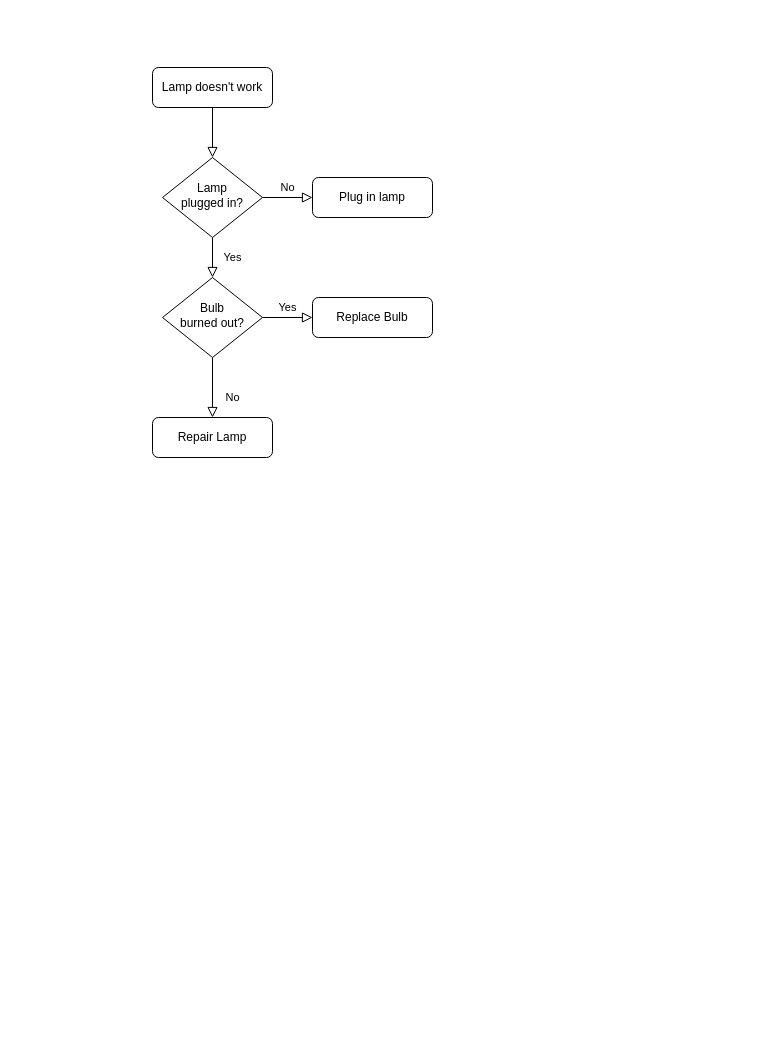
The draw.io diagram .drawio-chrome/codepush流程图.drawio in yyht800/SiGuoYa, before the edit. Source tidied: cells renumbered, new cells numbered last; positions are measured from the earlier drawing's top-left corner, leaving out a move shared by most shapes. Both pictures are drawn from the tidied source at 100%, with x=0, y=0 at pixel (152, 67).
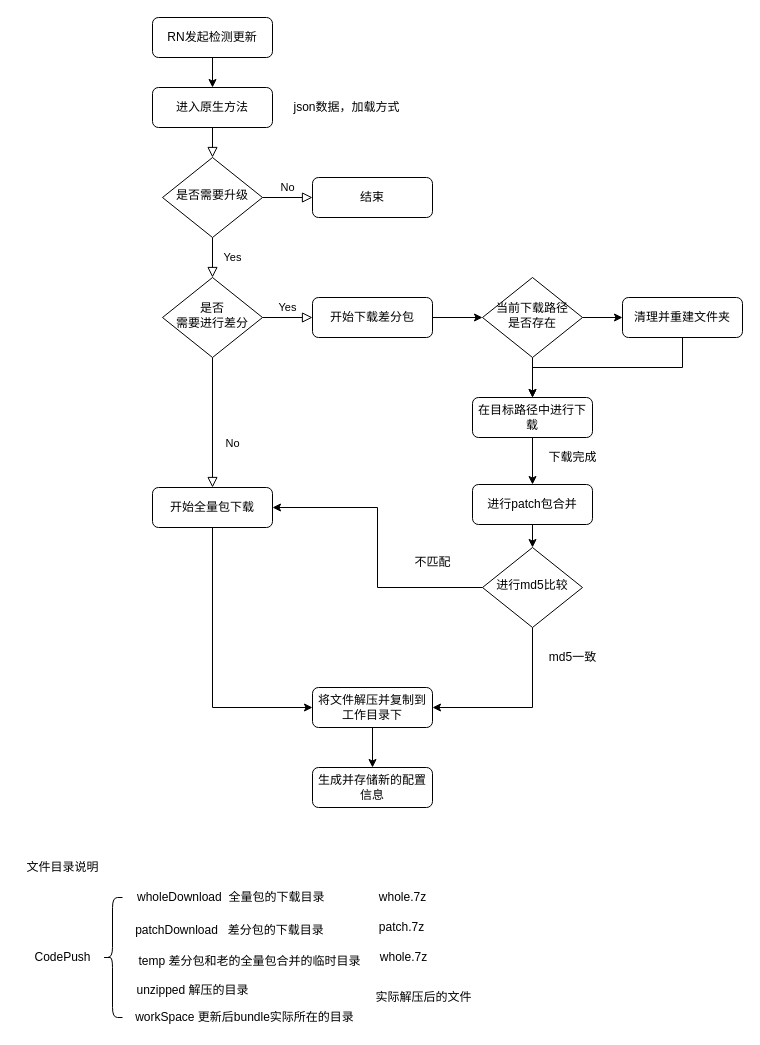
Above is the later version.

Commit message:
更新codepush流程图.drawio

Change to the diagram source:
```diff
@@
-    <mxCell id="3" value="Lamp doesn't work" style="rounded=1;whiteSpace=wrap;html=1;fontSize=12;glass=0;strokeWidth=1;shadow=0;" parent="1" vertex="1">
-      <mxGeometry width="120" height="40" as="geometry" />
+    <mxCell id="3" value="进入原生方法" style="rounded=1;whiteSpace=wrap;html=1;fontSize=12;glass=0;strokeWidth=1;shadow=0;" parent="1" vertex="1">
+      <mxGeometry y="20" width="120" height="40" as="geometry" />
     </mxCell>
@@
-    <mxCell id="6" value="Lamp&lt;br&gt;plugged in?" style="rhombus;whiteSpace=wrap;html=1;shadow=0;fontFamily=Helvetica;fontSize=12;align=center;strokeWidth=1;spacing=6;spacingTop=-4;" parent="1" vertex="1">
+    <mxCell id="6" value="是否需要升级" style="rhombus;whiteSpace=wrap;html=1;shadow=0;fontFamily=Helvetica;fontSize=12;align=center;strokeWidth=1;spacing=6;spacingTop=-4;" parent="1" vertex="1">
       <mxGeometry x="10" y="90" width="100" height="80" as="geometry" />
     </mxCell>
-    <mxCell id="7" value="Plug in lamp" style="rounded=1;whiteSpace=wrap;html=1;fontSize=12;glass=0;strokeWidth=1;shadow=0;" parent="1" vertex="1">
+    <mxCell id="7" value="结束" style="rounded=1;whiteSpace=wrap;html=1;fontSize=12;glass=0;strokeWidth=1;shadow=0;" parent="1" vertex="1">
       <mxGeometry x="160" y="110" width="120" height="40" as="geometry" />
     </mxCell>
@@
-    <mxCell id="10" value="Bulb&lt;br&gt;burned out?" style="rhombus;whiteSpace=wrap;html=1;shadow=0;fontFamily=Helvetica;fontSize=12;align=center;strokeWidth=1;spacing=6;spacingTop=-4;" parent="1" vertex="1">
+    <mxCell id="10" value="是否&lt;br&gt;需要进行差分" style="rhombus;whiteSpace=wrap;html=1;shadow=0;fontFamily=Helvetica;fontSize=12;align=center;strokeWidth=1;spacing=6;spacingTop=-4;" parent="1" vertex="1">
       <mxGeometry x="10" y="210" width="100" height="80" as="geometry" />
     </mxCell>
+    <mxCell id="13" style="edgeStyle=orthogonalEdgeStyle;rounded=0;jettySize=auto;html=1;exitX=0.5;exitY=1;exitDx=0;exitDy=0;entryX=0;entryY=0.5;entryDx=0;entryDy=0;" parent="1" edge="1" source="11" target="33">
+      <mxGeometry relative="1" as="geometry" />
+    </mxCell>
-    <mxCell id="11" value="Repair Lamp" style="rounded=1;whiteSpace=wrap;html=1;fontSize=12;glass=0;strokeWidth=1;shadow=0;" parent="1" vertex="1">
-      <mxGeometry y="350" width="120" height="40" as="geometry" />
+    <mxCell id="11" value="开始全量包下载" style="rounded=1;whiteSpace=wrap;html=1;fontSize=12;glass=0;strokeWidth=1;shadow=0;" parent="1" vertex="1">
+      <mxGeometry y="420" width="120" height="40" as="geometry" />
     </mxCell>
+    <mxCell id="14" style="edgeStyle=orthogonalEdgeStyle;rounded=0;jettySize=auto;html=1;exitX=1;exitY=0.5;exitDx=0;exitDy=0;entryX=0;entryY=0.5;entryDx=0;entryDy=0;" parent="1" edge="1" source="12" target="26">
+      <mxGeometry relative="1" as="geometry" />
+    </mxCell>
-    <mxCell id="12" value="Replace Bulb" style="rounded=1;whiteSpace=wrap;html=1;fontSize=12;glass=0;strokeWidth=1;shadow=0;" parent="1" vertex="1">
+    <mxCell id="12" value="开始下载差分包" style="rounded=1;whiteSpace=wrap;html=1;fontSize=12;glass=0;strokeWidth=1;shadow=0;" parent="1" vertex="1">
       <mxGeometry x="160" y="230" width="120" height="40" as="geometry" />
     </mxCell>
+    <mxCell id="15" style="edgeStyle=orthogonalEdgeStyle;rounded=0;jettySize=auto;html=1;exitX=0.5;exitY=1;exitDx=0;exitDy=0;entryX=0.5;entryY=0;entryDx=0;entryDy=0;" parent="1" edge="1" source="16" target="3">
+      <mxGeometry relative="1" as="geometry" />
+    </mxCell>
+    <mxCell id="16" value="RN发起检测更新" style="rounded=1;whiteSpace=wrap;html=1;fontSize=12;glass=0;strokeWidth=1;shadow=0;" parent="1" vertex="1">
+      <mxGeometry y="-50" width="120" height="40" as="geometry" />
+    </mxCell>
+    <mxCell id="17" value="json数据，加载方式" style="text;html=1;align=center;verticalAlign=middle;strokeColor=none;fillColor=none;" parent="1" vertex="1">
+      <mxGeometry x="134" y="30" width="120" height="20" as="geometry" />
+    </mxCell>
+    <mxCell id="18" style="edgeStyle=orthogonalEdgeStyle;rounded=0;jettySize=auto;html=1;exitX=0.5;exitY=1;exitDx=0;exitDy=0;" parent="1" edge="1" source="19" target="23">
+      <mxGeometry relative="1" as="geometry" />
+    </mxCell>
+    <mxCell id="19" value="清理并重建文件夹" style="rounded=1;whiteSpace=wrap;html=1;fontSize=12;glass=0;strokeWidth=1;shadow=0;" parent="1" vertex="1">
+      <mxGeometry x="470" y="230" width="120" height="40" as="geometry" />
+    </mxCell>
+    <mxCell id="20" style="edgeStyle=orthogonalEdgeStyle;rounded=0;jettySize=auto;html=1;" parent="1" edge="1" source="21" target="30">
+      <mxGeometry relative="1" as="geometry" />
+    </mxCell>
+    <mxCell id="21" value="进行patch包合并" style="rounded=1;whiteSpace=wrap;html=1;fontSize=12;glass=0;strokeWidth=1;shadow=0;" parent="1" vertex="1">
+      <mxGeometry x="320" y="417" width="120" height="40" as="geometry" />
+    </mxCell>
+    <mxCell id="22" style="edgeStyle=orthogonalEdgeStyle;rounded=0;jettySize=auto;html=1;exitX=0.5;exitY=1;exitDx=0;exitDy=0;entryX=0.5;entryY=0;entryDx=0;entryDy=0;" parent="1" edge="1" source="23" target="21">
+      <mxGeometry relative="1" as="geometry" />
+    </mxCell>
+    <mxCell id="23" value="在目标路径中进行下载" style="rounded=1;whiteSpace=wrap;html=1;fontSize=12;glass=0;strokeWidth=1;shadow=0;" parent="1" vertex="1">
+      <mxGeometry x="320" y="330" width="120" height="40" as="geometry" />
+    </mxCell>
+    <mxCell id="24" style="edgeStyle=orthogonalEdgeStyle;rounded=0;jettySize=auto;html=1;exitX=1;exitY=0.5;exitDx=0;exitDy=0;entryX=0;entryY=0.5;entryDx=0;entryDy=0;" parent="1" edge="1" source="26" target="19">
+      <mxGeometry relative="1" as="geometry" />
+    </mxCell>
+    <mxCell id="25" style="edgeStyle=orthogonalEdgeStyle;rounded=0;jettySize=auto;html=1;exitX=0.5;exitY=1;exitDx=0;exitDy=0;" parent="1" edge="1" source="26" target="23">
+      <mxGeometry relative="1" as="geometry" />
+    </mxCell>
+    <mxCell id="26" value="当前下载路径&lt;br&gt;是否存在" style="rhombus;whiteSpace=wrap;html=1;shadow=0;fontFamily=Helvetica;fontSize=12;align=center;strokeWidth=1;spacing=6;spacingTop=-4;" parent="1" vertex="1">
+      <mxGeometry x="330" y="210" width="100" height="80" as="geometry" />
+    </mxCell>
+    <mxCell id="27" value="下载完成" style="text;html=1;align=center;verticalAlign=middle;strokeColor=none;fillColor=none;" parent="1" vertex="1">
+      <mxGeometry x="390" y="380" width="60" height="20" as="geometry" />
+    </mxCell>
+    <mxCell id="28" style="edgeStyle=orthogonalEdgeStyle;rounded=0;jettySize=auto;html=1;exitX=0;exitY=0.5;exitDx=0;exitDy=0;entryX=1;entryY=0.5;entryDx=0;entryDy=0;" parent="1" edge="1" source="30" target="11">
+      <mxGeometry relative="1" as="geometry" />
+    </mxCell>
+    <mxCell id="29" style="edgeStyle=orthogonalEdgeStyle;rounded=0;jettySize=auto;html=1;exitX=0.5;exitY=1;exitDx=0;exitDy=0;entryX=1;entryY=0.5;entryDx=0;entryDy=0;" parent="1" edge="1" source="30" target="33">
+      <mxGeometry relative="1" as="geometry" />
+    </mxCell>
+    <mxCell id="30" value="进行md5比较" style="rhombus;whiteSpace=wrap;html=1;shadow=0;fontFamily=Helvetica;fontSize=12;align=center;strokeWidth=1;spacing=6;spacingTop=-4;" parent="1" vertex="1">
+      <mxGeometry x="330" y="480" width="100" height="80" as="geometry" />
+    </mxCell>
+    <mxCell id="31" value="不匹配" style="text;html=1;align=center;verticalAlign=middle;strokeColor=none;fillColor=none;" parent="1" vertex="1">
+      <mxGeometry x="255" y="485" width="50" height="20" as="geometry" />
+    </mxCell>
+    <mxCell id="32" style="edgeStyle=orthogonalEdgeStyle;rounded=0;jettySize=auto;html=1;exitX=0.5;exitY=1;exitDx=0;exitDy=0;entryX=0.5;entryY=0;entryDx=0;entryDy=0;" parent="1" edge="1" source="33" target="35">
+      <mxGeometry relative="1" as="geometry" />
+    </mxCell>
+    <mxCell id="33" value="将文件解压并复制到&lt;br&gt;工作目录下" style="rounded=1;whiteSpace=wrap;html=1;fontSize=12;glass=0;strokeWidth=1;shadow=0;" parent="1" vertex="1">
+      <mxGeometry x="160" y="620" width="120" height="40" as="geometry" />
+    </mxCell>
+    <mxCell id="34" value="md5一致" style="text;html=1;align=center;verticalAlign=middle;strokeColor=none;fillColor=none;" parent="1" vertex="1">
+      <mxGeometry x="390" y="580" width="60" height="20" as="geometry" />
+    </mxCell>
+    <mxCell id="35" value="生成并存储新的配置信息" style="rounded=1;whiteSpace=wrap;html=1;fontSize=12;glass=0;strokeWidth=1;shadow=0;" parent="1" vertex="1">
+      <mxGeometry x="160" y="700" width="120" height="40" as="geometry" />
+    </mxCell>
+    <mxCell id="36" style="shape=curlyBracket;whiteSpace=wrap;html=1;rounded=1;size=0.5;" parent="1" vertex="1">
+      <mxGeometry x="-50" y="830" width="20" height="120" as="geometry" />
+    </mxCell>
+    <mxCell id="37" value="CodePush" style="text;html=1;align=center;verticalAlign=middle;strokeColor=none;fillColor=none;" parent="1" vertex="1">
+      <mxGeometry x="-125" y="880" width="70" height="20" as="geometry" />
+    </mxCell>
+    <mxCell id="38" value="文件目录说明" style="text;html=1;align=center;verticalAlign=middle;strokeColor=none;fillColor=none;" parent="1" vertex="1">
+      <mxGeometry x="-135" y="790" width="90" height="20" as="geometry" />
+    </mxCell>
+    <mxCell id="39" value="wholeDownload&amp;nbsp; 全量包的下载目录" style="text;html=1;align=left;verticalAlign=middle;strokeColor=none;fillColor=none;" parent="1" vertex="1">
+      <mxGeometry x="-17" y="820" width="200" height="20" as="geometry" />
+    </mxCell>
+    <mxCell id="40" value="patchDownload&amp;nbsp; &amp;nbsp;差分包的下载目录" style="text;html=1;align=center;verticalAlign=middle;strokeColor=none;fillColor=none;" parent="1" vertex="1">
+      <mxGeometry x="-23" y="853" width="200" height="20" as="geometry" />
+    </mxCell>
+    <mxCell id="41" value="temp 差分包和老的全量包合并的临时目录" style="text;html=1;align=center;verticalAlign=middle;strokeColor=none;fillColor=none;" parent="1" vertex="1">
+      <mxGeometry x="-23" y="884" width="240" height="20" as="geometry" />
+    </mxCell>
+    <mxCell id="42" value="unzipped 解压的目录" style="text;html=1;align=center;verticalAlign=middle;strokeColor=none;fillColor=none;" parent="1" vertex="1">
+      <mxGeometry x="-25" y="913" width="130" height="20" as="geometry" />
+    </mxCell>
+    <mxCell id="43" value="workSpace 更新后bundle实际所在的目录" style="text;html=1;align=center;verticalAlign=middle;strokeColor=none;fillColor=none;" parent="1" vertex="1">
+      <mxGeometry x="-23" y="940" width="230" height="20" as="geometry" />
+    </mxCell>
+    <mxCell id="44" value="whole.7z" style="text;html=1;align=center;verticalAlign=middle;strokeColor=none;fillColor=none;" parent="1" vertex="1">
+      <mxGeometry x="220" y="820" width="60" height="20" as="geometry" />
+    </mxCell>
+    <mxCell id="45" value="patch.7z" style="text;html=1;align=center;verticalAlign=middle;strokeColor=none;fillColor=none;" parent="1" vertex="1">
+      <mxGeometry x="219" y="850" width="60" height="20" as="geometry" />
+    </mxCell>
+    <mxCell id="46" value="whole.7z" style="text;html=1;align=center;verticalAlign=middle;strokeColor=none;fillColor=none;" parent="1" vertex="1">
+      <mxGeometry x="220.5" y="880" width="60" height="20" as="geometry" />
+    </mxCell>
+    <mxCell id="47" value="实际解压后的文件" style="text;html=1;align=center;verticalAlign=middle;strokeColor=none;fillColor=none;" parent="1" vertex="1">
+      <mxGeometry x="215.5" y="920" width="110" height="20" as="geometry" />
+    </mxCell>
```
